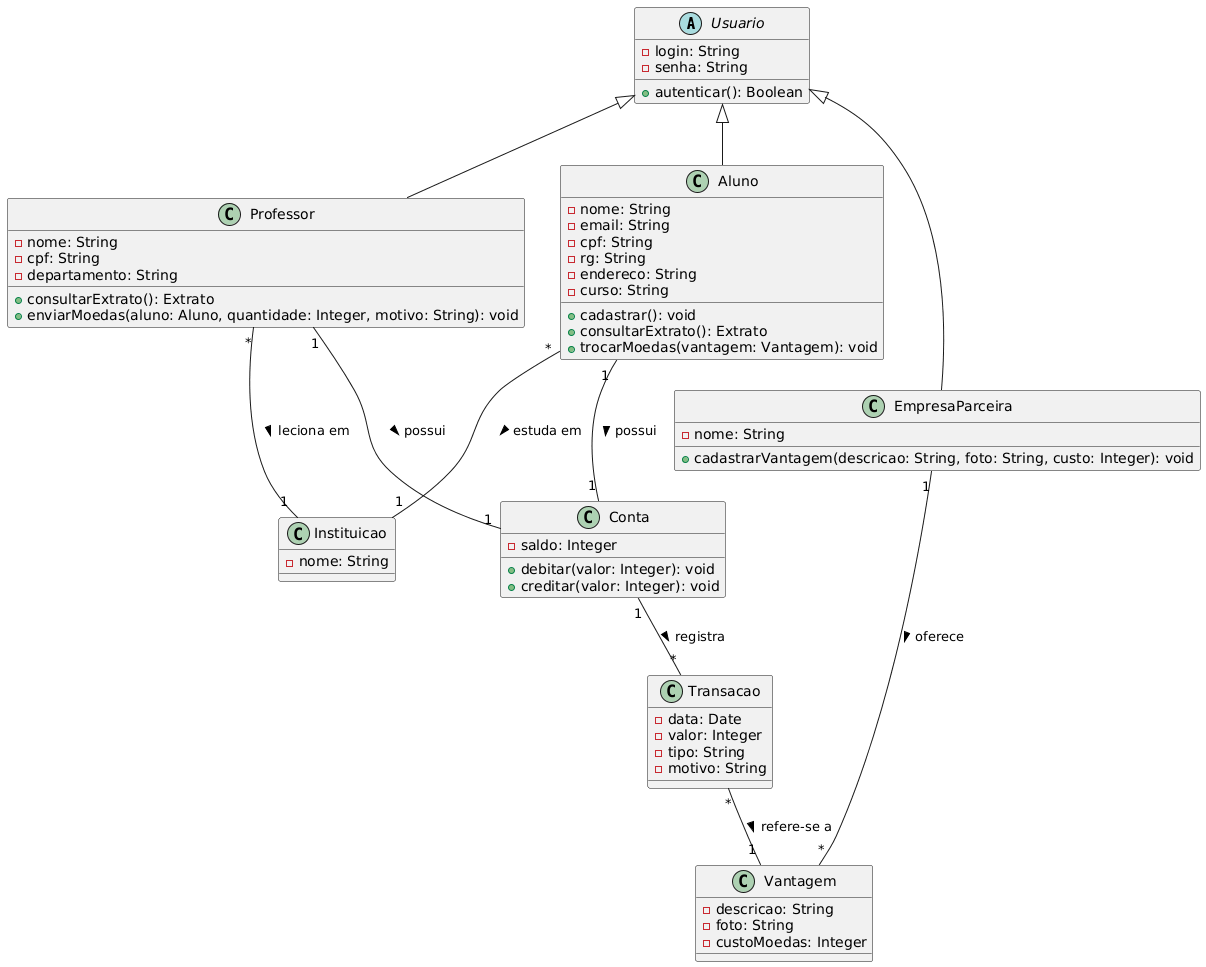
yanresende/Sistema-Moeda-Estudantil keeps this PlantUML diagram as Artefatos/Diagramas/Diagrama-de-Classes.png. Above is the earlier version.
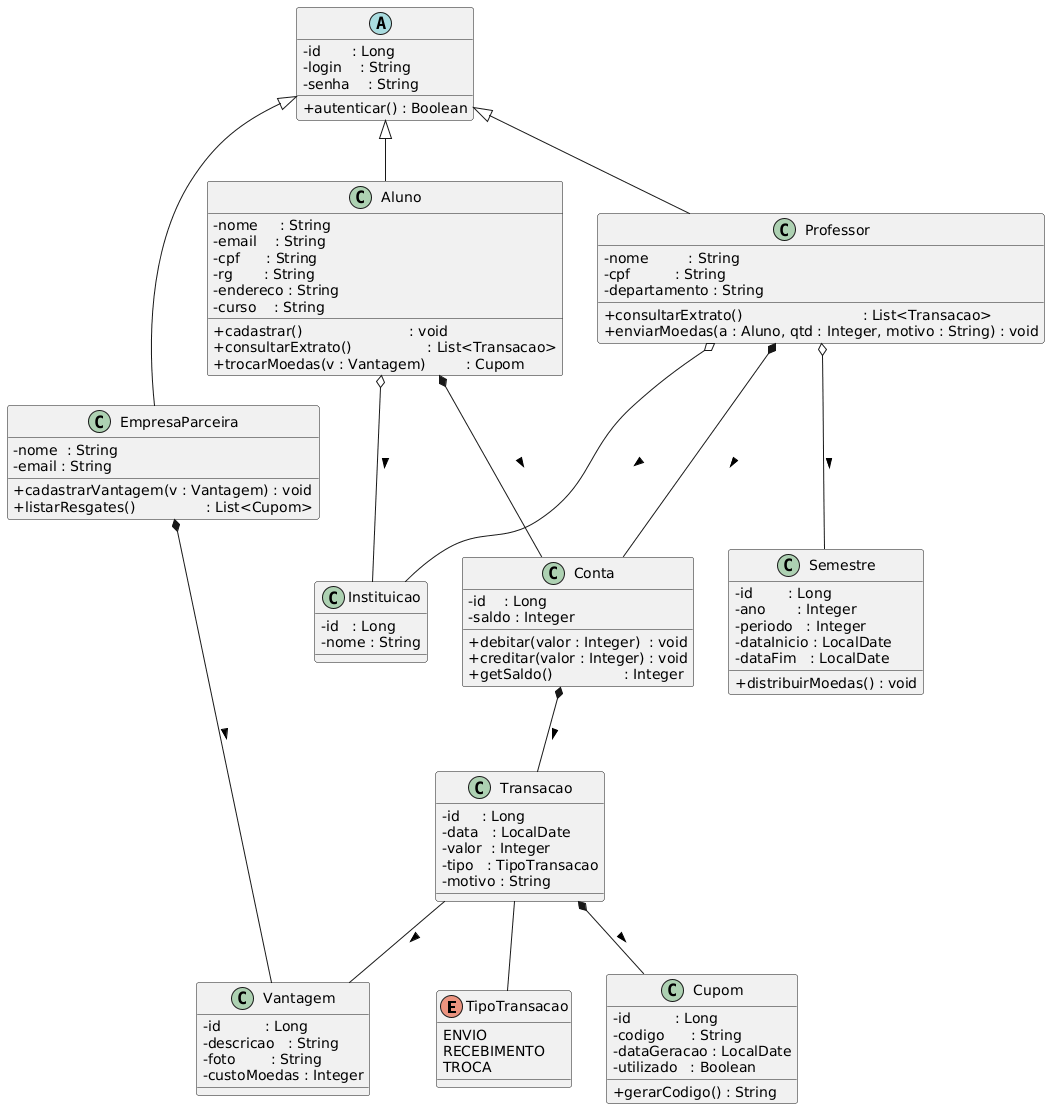
After the change.

What changed in the source:
```diff
@@ -1,63 +1,105 @@
 @startuml
-abstract class Usuario {
-  - login: String
-  - senha: String
-  + autenticar(): Boolean
+skinparam classAttributeIconSize 0
+
+enum TipoTransacao {
+  ENVIO
+  RECEBIMENTO
+  TROCA
 }
 
-class Instituicao {
-  - nome: String
+abstract class Usuario {
+  - id       : Long
+  - login    : String
+  - senha    : String
+  + autenticar() : Boolean
 }
 
-class Aluno extends Usuario {
-  - nome: String
-  - email: String
-  - cpf: String
-  - rg: String
-  - endereco: String
-  - curso: String
-  + cadastrar(): void
-  + consultarExtrato(): Extrato
-  + trocarMoedas(vantagem: Vantagem): void
+class Aluno {
+  - nome     : String
+  - email    : String
+  - cpf      : String
+  - rg       : String
+  - endereco : String
+  - curso    : String
+  + cadastrar()                        : void
+  + consultarExtrato()                 : List<Transacao>
+  + trocarMoedas(v : Vantagem)         : Cupom
 }
 
-class Professor extends Usuario {
-  - nome: String
-  - cpf: String
-  - departamento: String
-  + consultarExtrato(): Extrato
-  + enviarMoedas(aluno: Aluno, quantidade: Integer, motivo: String): void
+class Professor {
+  - nome         : String
+  - cpf          : String
+  - departamento : String
+  + consultarExtrato()                           : List<Transacao>
+  + enviarMoedas(a : Aluno, qtd : Integer, motivo : String) : void
 }
 
-class EmpresaParceira extends Usuario {
-  - nome: String
-  + cadastrarVantagem(descricao: String, foto: String, custo: Integer): void
+class EmpresaParceira {
+  - nome  : String
+  - email : String
+  + cadastrarVantagem(v : Vantagem) : void
+  + listarResgates()                : List<Cupom>
+}
+
+Usuario <|-- Aluno
+Usuario <|-- Professor
+Usuario <|-- EmpresaParceira
+
+class Instituicao {
+  - id   : Long
+  - nome : String
 }
 
 class Conta {
-  - saldo: Integer
-  + debitar(valor: Integer): void
-  + creditar(valor: Integer): void
+  - id    : Long
+  - saldo : Integer
+  + debitar(valor : Integer)  : void
+  + creditar(valor : Integer) : void
+  + getSaldo()                : Integer
 }
 
 class Transacao {
-  - data: Date
-  - valor: Integer
-  - tipo: String
-  - motivo: String
+  - id     : Long
+  - data   : LocalDate
+  - valor  : Integer
+  - tipo   : TipoTransacao
+  - motivo : String
 }
 
 class Vantagem {
-  - descricao: String
-  - foto: String
-  - custoMoedas: Integer
+  - id          : Long
+  - descricao   : String
+  - foto        : String
+  - custoMoedas : Integer
 }
 
-Aluno "*" -- "1" Instituicao : estuda em >
-Professor "*" -- "1" Instituicao : leciona em >
-Aluno "1" -- "1" Conta : possui >
-Professor "1" -- "1" Conta : possui >
-Conta "1" -- "*" Transacao : registra >
-EmpresaParceira "1" -- "*" Vantagem : oferece >
-Transacao "*" -- "1" Vantagem : refere-se a >
+class Cupom {
+  - id          : Long
+  - codigo      : String
+  - dataGeracao : LocalDate
+  - utilizado   : Boolean
+  + gerarCodigo() : String
+}
+
+class Semestre {
+  - id        : Long
+  - ano       : Integer
+  - periodo   : Integer
+  - dataInicio : LocalDate
+  - dataFim   : LocalDate
+  + distribuirMoedas() : void
+}
+
+Aluno      "*" o-- "1"   Instituicao    : estuda em >
+Professor  "*" o-- "1"   Instituicao    : leciona em >
+Professor  "*" o-- "1"   Semestre       : recebe moedas em >
+
+Aluno      "1" *-- "1"   Conta          : possui >
+Professor  "1" *-- "1"   Conta          : possui >
+Conta      "1" *-- "*"   Transacao      : registra >
+EmpresaParceira "1" *-- "*" Vantagem    : oferece >
+Transacao  "1" *-- "0..1" Cupom         : gera >
+
+Transacao  "*" --  "0..1" Vantagem      : refere-se a >
+Transacao       --         TipoTransacao
 @enduml
```
